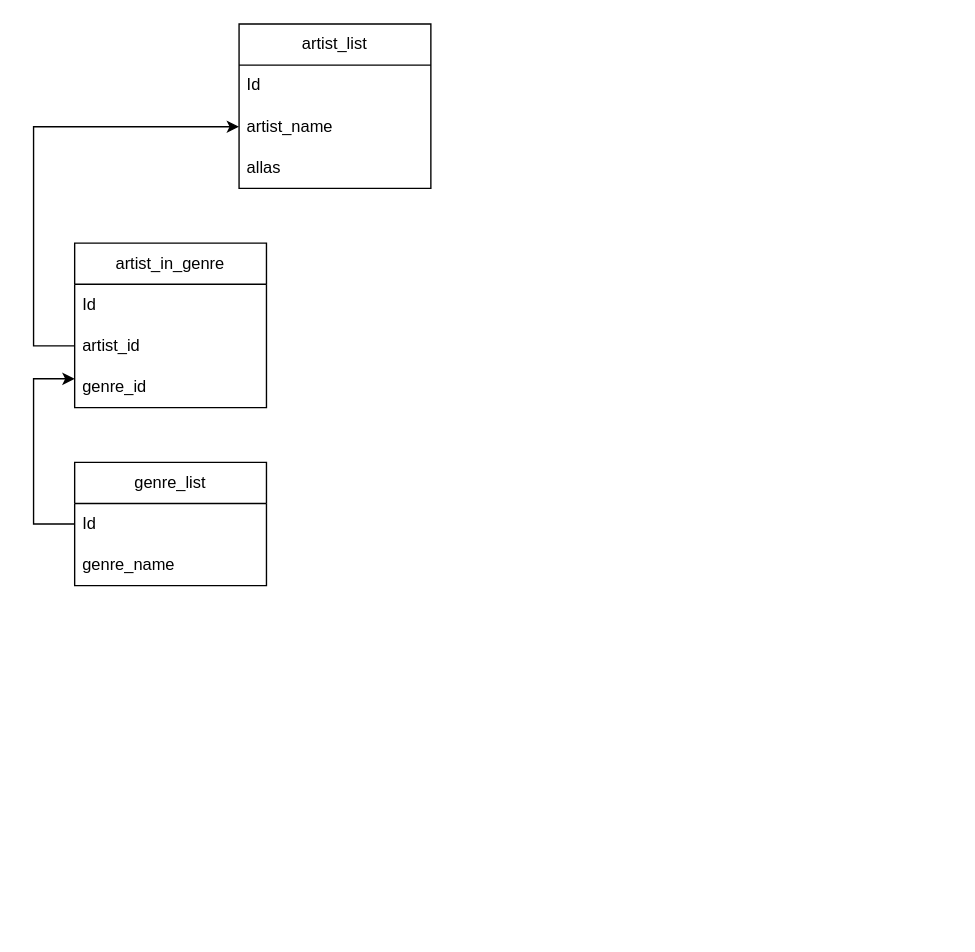
Above: task 1.drawio in Retroman95/DB_HomeWork (draw.io), before the change. Source tidied: cells renumbered, new cells numbered last; positions are measured from the earlier drawing's top-left corner, leaving out a move shared by most shapes. Both pictures are drawn from the tidied source at 137%, with x=0, y=0 at pixel (33, 23).
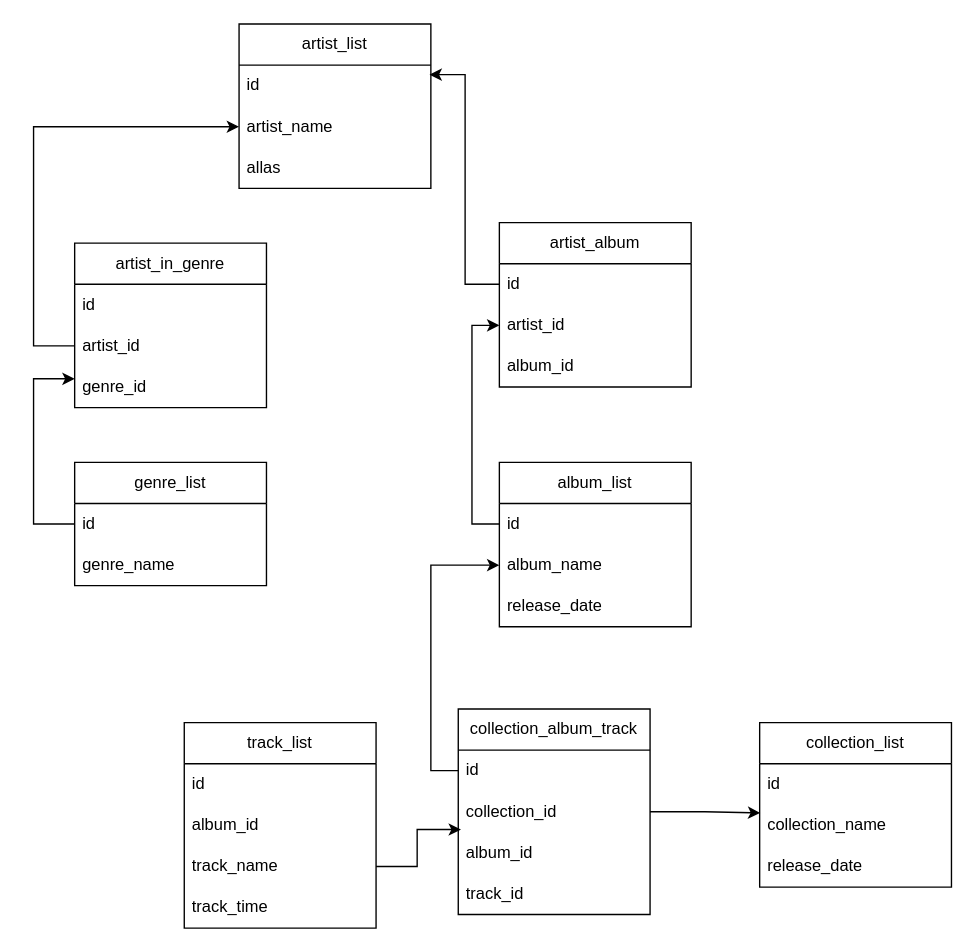
Above is the later version.

Unchanged cells that the change refers to:
```xml
<mxCell id="2" value="artist_list" style="swimlane;fontStyle=0;horizontal=1;startSize=30;whiteSpace=wrap;html=1;" parent="1" vertex="1">
  <mxGeometry x="150" width="140" height="120" as="geometry" />
</mxCell>
<mxCell id="6" value="artist_in_genre" style="swimlane;fontStyle=0;horizontal=1;startSize=30;whiteSpace=wrap;html=1;" parent="1" vertex="1">
  <mxGeometry x="30" y="160" width="140" height="120" as="geometry" />
</mxCell>
<mxCell id="11" value="genre_list" style="swimlane;fontStyle=0;horizontal=1;startSize=30;whiteSpace=wrap;html=1;" parent="1" vertex="1">
  <mxGeometry x="30" y="320" width="140" height="90" as="geometry" />
</mxCell>
```

What changed in the source:
```diff
@@
-    <mxCell id="3" value="Id" style="text;strokeColor=none;fillColor=none;align=left;verticalAlign=middle;spacingLeft=4;spacingRight=4;overflow=hidden;points=[[0,0.5],[1,0.5]];portConstraint=eastwest;whiteSpace=wrap;html=1;" parent="2" vertex="1">
+    <mxCell id="3" value="id" style="text;strokeColor=none;fillColor=none;align=left;verticalAlign=middle;spacingLeft=4;spacingRight=4;overflow=hidden;points=[[0,0.5],[1,0.5]];portConstraint=eastwest;whiteSpace=wrap;html=1;" parent="2" vertex="1">
       <mxGeometry y="30" width="140" height="30" as="geometry" />
     </mxCell>
@@
-    <mxCell id="7" value="Id" style="text;strokeColor=none;fillColor=none;align=left;verticalAlign=middle;spacingLeft=4;spacingRight=4;overflow=hidden;whiteSpace=wrap;html=1;" parent="6" vertex="1">
+    <mxCell id="7" value="id" style="text;strokeColor=none;fillColor=none;align=left;verticalAlign=middle;spacingLeft=4;spacingRight=4;overflow=hidden;whiteSpace=wrap;html=1;" parent="6" vertex="1">
       <mxGeometry y="30" width="140" height="30" as="geometry" />
     </mxCell>
@@
-    <mxCell id="12" value="Id" style="text;strokeColor=none;fillColor=none;align=left;verticalAlign=middle;spacingLeft=4;spacingRight=4;overflow=hidden;points=[[0,0.5],[1,0.5]];portConstraint=eastwest;whiteSpace=wrap;html=1;" parent="11" vertex="1">
+    <mxCell id="12" value="id" style="text;strokeColor=none;fillColor=none;align=left;verticalAlign=middle;spacingLeft=4;spacingRight=4;overflow=hidden;points=[[0,0.5],[1,0.5]];portConstraint=eastwest;whiteSpace=wrap;html=1;" parent="11" vertex="1">
       <mxGeometry y="30" width="140" height="30" as="geometry" />
     </mxCell>
@@
+    <mxCell id="15" value="track_list" style="swimlane;fontStyle=0;horizontal=1;startSize=30;whiteSpace=wrap;html=1;" parent="1" vertex="1">
+      <mxGeometry x="110" y="510" width="140" height="150" as="geometry" />
+    </mxCell>
+    <mxCell id="16" value="id" style="text;strokeColor=none;fillColor=none;align=left;verticalAlign=middle;spacingLeft=4;spacingRight=4;overflow=hidden;whiteSpace=wrap;html=1;" parent="15" vertex="1">
+      <mxGeometry y="30" width="140" height="30" as="geometry" />
+    </mxCell>
+    <mxCell id="17" value="album_id" style="text;strokeColor=none;fillColor=none;align=left;verticalAlign=middle;spacingLeft=4;spacingRight=4;overflow=hidden;whiteSpace=wrap;html=1;" parent="15" vertex="1">
+      <mxGeometry y="60" width="140" height="30" as="geometry" />
+    </mxCell>
+    <mxCell id="18" value="track_name" style="text;strokeColor=none;fillColor=none;align=left;verticalAlign=middle;spacingLeft=4;spacingRight=4;overflow=hidden;points=[[0,0.5],[1,0.5]];portConstraint=eastwest;whiteSpace=wrap;html=1;" parent="15" vertex="1">
+      <mxGeometry y="90" width="140" height="30" as="geometry" />
+    </mxCell>
+    <mxCell id="19" value="track_time" style="text;strokeColor=none;fillColor=none;align=left;verticalAlign=middle;spacingLeft=4;spacingRight=4;overflow=hidden;whiteSpace=wrap;html=1;" parent="15" vertex="1">
+      <mxGeometry y="120" width="140" height="30" as="geometry" />
+    </mxCell>
+    <mxCell id="20" value="collection_album_track" style="swimlane;fontStyle=0;horizontal=1;startSize=30;whiteSpace=wrap;html=1;" parent="1" vertex="1">
+      <mxGeometry x="310" y="500" width="140" height="150" as="geometry" />
+    </mxCell>
+    <mxCell id="21" value="id" style="text;strokeColor=none;fillColor=none;align=left;verticalAlign=middle;spacingLeft=4;spacingRight=4;overflow=hidden;points=[[0,0.5],[1,0.5]];portConstraint=eastwest;whiteSpace=wrap;html=1;" parent="20" vertex="1">
+      <mxGeometry y="30" width="140" height="30" as="geometry" />
+    </mxCell>
+    <mxCell id="22" value="collection_id" style="text;strokeColor=none;fillColor=none;align=left;verticalAlign=middle;spacingLeft=4;spacingRight=4;overflow=hidden;points=[[0,0.5],[1,0.5]];portConstraint=eastwest;whiteSpace=wrap;html=1;" parent="20" vertex="1">
+      <mxGeometry y="60" width="140" height="30" as="geometry" />
+    </mxCell>
+    <mxCell id="23" value="album_id" style="text;strokeColor=none;fillColor=none;align=left;verticalAlign=middle;spacingLeft=4;spacingRight=4;overflow=hidden;points=[[0,0.5],[1,0.5]];portConstraint=eastwest;whiteSpace=wrap;html=1;" parent="20" vertex="1">
+      <mxGeometry y="90" width="140" height="30" as="geometry" />
+    </mxCell>
+    <mxCell id="24" value="track_id" style="text;strokeColor=none;fillColor=none;align=left;verticalAlign=middle;spacingLeft=4;spacingRight=4;overflow=hidden;whiteSpace=wrap;html=1;" parent="20" vertex="1">
+      <mxGeometry y="120" width="140" height="30" as="geometry" />
+    </mxCell>
+    <mxCell id="25" style="edgeStyle=orthogonalEdgeStyle;rounded=0;jettySize=auto;html=1;entryX=0.014;entryY=-0.067;entryDx=0;entryDy=0;entryPerimeter=0;" parent="1" edge="1" source="18" target="23">
+      <mxGeometry relative="1" as="geometry" />
+    </mxCell>
+    <mxCell id="26" value="collection_list" style="swimlane;fontStyle=0;horizontal=1;startSize=30;whiteSpace=wrap;html=1;" parent="1" vertex="1">
+      <mxGeometry x="530" y="510" width="140" height="120" as="geometry" />
+    </mxCell>
+    <mxCell id="27" value="id" style="text;strokeColor=none;fillColor=none;align=left;verticalAlign=middle;spacingLeft=4;spacingRight=4;overflow=hidden;whiteSpace=wrap;html=1;" parent="26" vertex="1">
+      <mxGeometry y="30" width="140" height="30" as="geometry" />
+    </mxCell>
+    <mxCell id="28" value="collection_name" style="text;strokeColor=none;fillColor=none;align=left;verticalAlign=middle;spacingLeft=4;spacingRight=4;overflow=hidden;points=[[0,0.5],[1,0.5]];portConstraint=eastwest;whiteSpace=wrap;html=1;" parent="26" vertex="1">
+      <mxGeometry y="60" width="140" height="30" as="geometry" />
+    </mxCell>
+    <mxCell id="29" value="release_date" style="text;strokeColor=none;fillColor=none;align=left;verticalAlign=middle;spacingLeft=4;spacingRight=4;overflow=hidden;whiteSpace=wrap;html=1;" parent="26" vertex="1">
+      <mxGeometry y="90" width="140" height="30" as="geometry" />
+    </mxCell>
+    <mxCell id="30" style="edgeStyle=orthogonalEdgeStyle;rounded=0;jettySize=auto;html=1;exitX=1;exitY=0.5;exitDx=0;exitDy=0;entryX=0.003;entryY=0.195;entryDx=0;entryDy=0;entryPerimeter=0;" parent="1" edge="1" source="22" target="28">
+      <mxGeometry relative="1" as="geometry" />
+    </mxCell>
+    <mxCell id="31" value="album_list" style="swimlane;fontStyle=0;horizontal=1;startSize=30;whiteSpace=wrap;html=1;" parent="1" vertex="1">
+      <mxGeometry x="340" y="320" width="140" height="120" as="geometry" />
+    </mxCell>
+    <mxCell id="32" value="id" style="text;strokeColor=none;fillColor=none;align=left;verticalAlign=middle;spacingLeft=4;spacingRight=4;overflow=hidden;points=[[0,0.5],[1,0.5]];portConstraint=eastwest;whiteSpace=wrap;html=1;" parent="31" vertex="1">
+      <mxGeometry y="30" width="140" height="30" as="geometry" />
+    </mxCell>
+    <mxCell id="33" value="album_name" style="text;strokeColor=none;fillColor=none;align=left;verticalAlign=middle;spacingLeft=4;spacingRight=4;overflow=hidden;points=[[0,0.5],[1,0.5]];portConstraint=eastwest;whiteSpace=wrap;html=1;" parent="31" vertex="1">
+      <mxGeometry y="60" width="140" height="30" as="geometry" />
+    </mxCell>
+    <mxCell id="34" value="release_date" style="text;strokeColor=none;fillColor=none;align=left;verticalAlign=middle;spacingLeft=4;spacingRight=4;overflow=hidden;whiteSpace=wrap;html=1;" parent="31" vertex="1">
+      <mxGeometry y="90" width="140" height="30" as="geometry" />
+    </mxCell>
+    <mxCell id="35" value="artist_album" style="swimlane;fontStyle=0;horizontal=1;startSize=30;whiteSpace=wrap;html=1;" parent="1" vertex="1">
+      <mxGeometry x="340" y="145" width="140" height="120" as="geometry" />
+    </mxCell>
+    <mxCell id="36" value="id" style="text;strokeColor=none;fillColor=none;align=left;verticalAlign=middle;spacingLeft=4;spacingRight=4;overflow=hidden;points=[[0,0.5],[1,0.5]];portConstraint=eastwest;whiteSpace=wrap;html=1;" parent="35" vertex="1">
+      <mxGeometry y="30" width="140" height="30" as="geometry" />
+    </mxCell>
+    <mxCell id="37" value="artist_id" style="text;strokeColor=none;fillColor=none;align=left;verticalAlign=middle;spacingLeft=4;spacingRight=4;overflow=hidden;points=[[0,0.5],[1,0.5]];portConstraint=eastwest;whiteSpace=wrap;html=1;" parent="35" vertex="1">
+      <mxGeometry y="60" width="140" height="30" as="geometry" />
+    </mxCell>
+    <mxCell id="38" value="album_id" style="text;strokeColor=none;fillColor=none;align=left;verticalAlign=middle;spacingLeft=4;spacingRight=4;overflow=hidden;whiteSpace=wrap;html=1;" parent="35" vertex="1">
+      <mxGeometry y="90" width="140" height="30" as="geometry" />
+    </mxCell>
+    <mxCell id="39" style="edgeStyle=orthogonalEdgeStyle;rounded=0;jettySize=auto;html=1;exitX=0;exitY=0.5;exitDx=0;exitDy=0;entryX=0;entryY=0.5;entryDx=0;entryDy=0;" parent="1" edge="1" source="21" target="33">
+      <mxGeometry relative="1" as="geometry" />
+    </mxCell>
+    <mxCell id="40" style="edgeStyle=orthogonalEdgeStyle;rounded=0;jettySize=auto;html=1;entryX=0;entryY=0.5;entryDx=0;entryDy=0;" parent="1" edge="1" source="32" target="37">
+      <mxGeometry relative="1" as="geometry" />
+    </mxCell>
+    <mxCell id="41" style="edgeStyle=orthogonalEdgeStyle;rounded=0;jettySize=auto;html=1;entryX=0.993;entryY=0.233;entryDx=0;entryDy=0;entryPerimeter=0;" parent="1" edge="1" source="36" target="3">
+      <mxGeometry relative="1" as="geometry" />
+    </mxCell>
```
